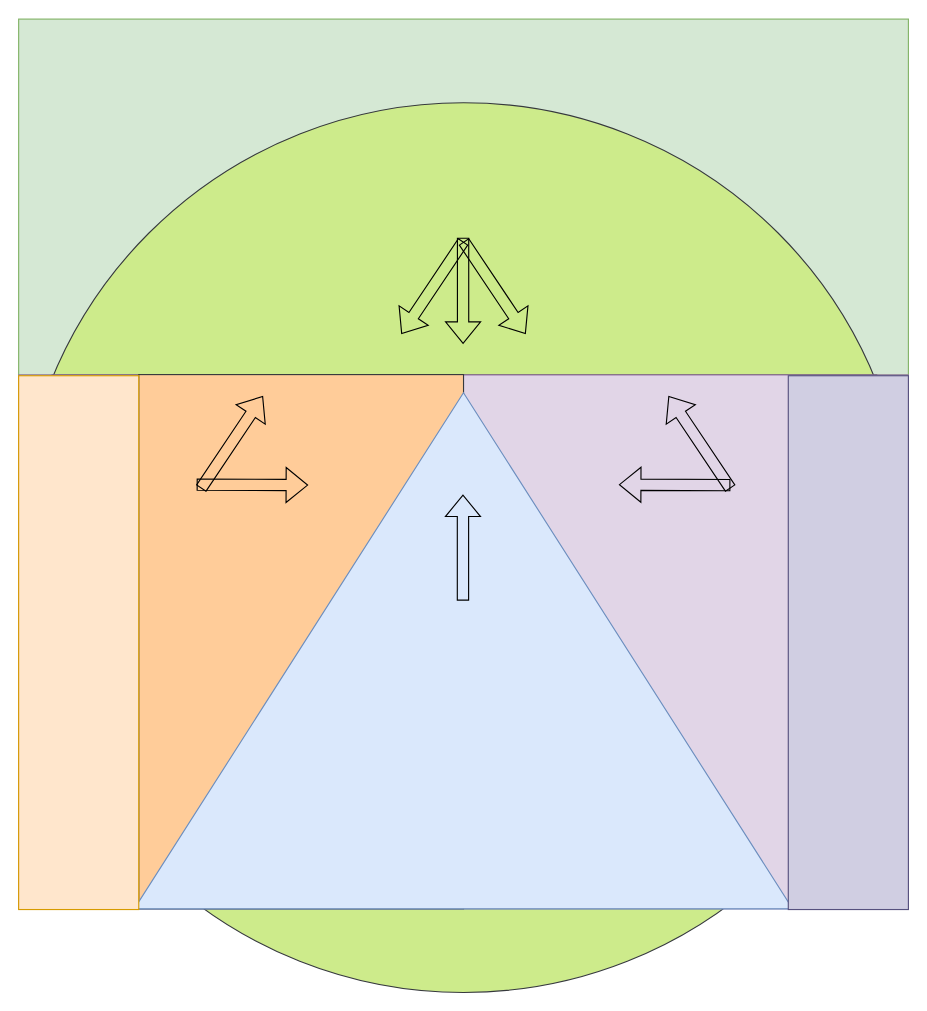
Before: BF_ratioed.drawio in eldritch-bender/DRBG, a draw.io diagram. Source tidied: cells renumbered, new cells numbered last; positions are measured from the earlier drawing's top-left corner, leaving out a move shared by most shapes. Both pictures are drawn from the tidied source at 113%, with x=0, y=0 at pixel (18, 18).
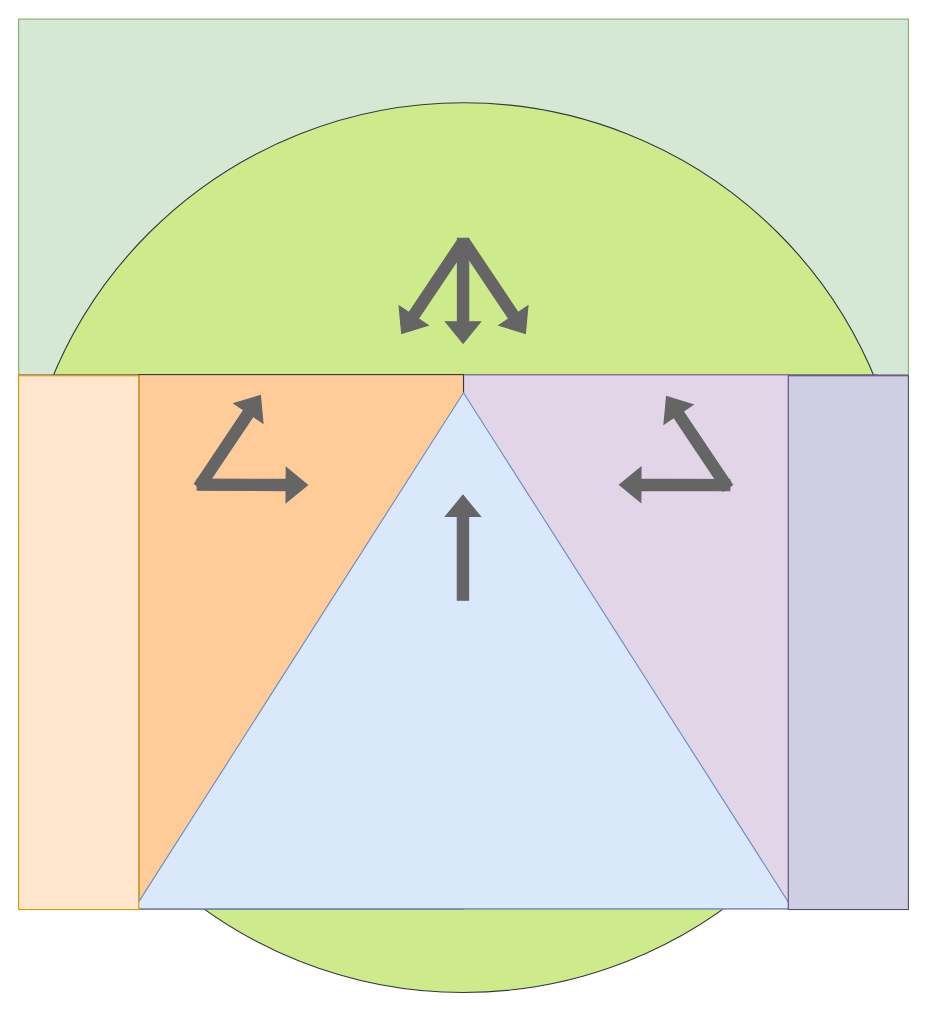
Above is the later version.

What changed in the source:
```diff
@@
-    <mxCell id="9" style="shape=flexArrow;endArrow=classic;html=1;rounded=0;" parent="1" edge="1">
+    <mxCell id="9" style="shape=flexArrow;endArrow=classic;html=1;rounded=0;fillColor=#656565;strokeColor=#656565;" parent="1" edge="1">
       <mxGeometry relative="1" as="geometry">
         <mxPoint x="393.2" y="515.1" as="sourcePoint" />
         <mxPoint x="393.2" y="421.1" as="targetPoint" />
       </mxGeometry>
     </mxCell>
-    <mxCell id="10" style="shape=flexArrow;endArrow=classic;html=1;rounded=0;" parent="1" edge="1">
+    <mxCell id="10" style="shape=flexArrow;endArrow=classic;html=1;rounded=0;fillColor=#656565;strokeColor=#656565;" parent="1" edge="1">
       <mxGeometry relative="1" as="geometry">
         <mxPoint x="393.3" y="193.8" as="sourcePoint" />
         <mxPoint x="393.3" y="287.8" as="targetPoint" />
       </mxGeometry>
     </mxCell>
-    <mxCell id="11" style="shape=flexArrow;endArrow=classic;html=1;rounded=0;" parent="1" edge="1">
+    <mxCell id="11" style="shape=flexArrow;endArrow=classic;html=1;rounded=0;fillColor=#656565;strokeColor=#656565;" parent="1" edge="1">
       <mxGeometry relative="1" as="geometry">
         <mxPoint x="393.9" y="197.2" as="sourcePoint" />
         <mxPoint x="448.7" y="279" as="targetPoint" />
       </mxGeometry>
     </mxCell>
-    <mxCell id="12" style="shape=flexArrow;endArrow=classic;html=1;rounded=0;" parent="1" edge="1">
+    <mxCell id="12" style="shape=flexArrow;endArrow=classic;html=1;rounded=0;fillColor=#656565;strokeColor=#656565;" parent="1" edge="1">
       <mxGeometry relative="1" as="geometry">
         <mxPoint x="393.5" y="197.2" as="sourcePoint" />
         <mxPoint x="338.7" y="279" as="targetPoint" />
       </mxGeometry>
     </mxCell>
-    <mxCell id="13" style="shape=flexArrow;endArrow=classic;html=1;rounded=0;" parent="1" edge="1">
+    <mxCell id="13" style="shape=flexArrow;endArrow=classic;html=1;rounded=0;fillColor=#656565;strokeColor=#656565;" parent="1" edge="1">
       <mxGeometry relative="1" as="geometry">
         <mxPoint x="629.9" y="412.8" as="sourcePoint" />
         <mxPoint x="531.2" y="412.4" as="targetPoint" />
       </mxGeometry>
     </mxCell>
-    <mxCell id="14" style="shape=flexArrow;endArrow=classic;html=1;rounded=0;" parent="1" edge="1">
+    <mxCell id="14" style="shape=flexArrow;endArrow=classic;html=1;rounded=0;fillColor=#656565;strokeColor=#656565;" parent="1" edge="1">
       <mxGeometry relative="1" as="geometry">
         <mxPoint x="157.5" y="412.4" as="sourcePoint" />
         <mxPoint x="256.2" y="412.8" as="targetPoint" />
       </mxGeometry>
     </mxCell>
-    <mxCell id="15" style="shape=flexArrow;endArrow=classic;html=1;rounded=0;" parent="1" edge="1">
+    <mxCell id="15" style="shape=flexArrow;endArrow=classic;html=1;rounded=0;fillColor=#656565;strokeColor=#656565;" parent="1" edge="1">
       <mxGeometry relative="1" as="geometry">
-        <mxPoint x="161.4" y="415.8" as="sourcePoint" />
-        <mxPoint x="216.2" y="334" as="targetPoint" />
+        <mxPoint x="159.4" y="414.8" as="sourcePoint" />
+        <mxPoint x="214.2" y="333" as="targetPoint" />
       </mxGeometry>
     </mxCell>
-    <mxCell id="16" style="shape=flexArrow;endArrow=classic;html=1;rounded=0;" parent="1" edge="1">
+    <mxCell id="16" style="shape=flexArrow;endArrow=classic;html=1;rounded=0;fillColor=#656565;strokeColor=#656565;" parent="1" edge="1">
       <mxGeometry relative="1" as="geometry">
-        <mxPoint x="629.9" y="415.8" as="sourcePoint" />
-        <mxPoint x="575.1" y="334" as="targetPoint" />
+        <mxPoint x="627.9" y="415.8" as="sourcePoint" />
+        <mxPoint x="573.1" y="334" as="targetPoint" />
       </mxGeometry>
     </mxCell>
```
